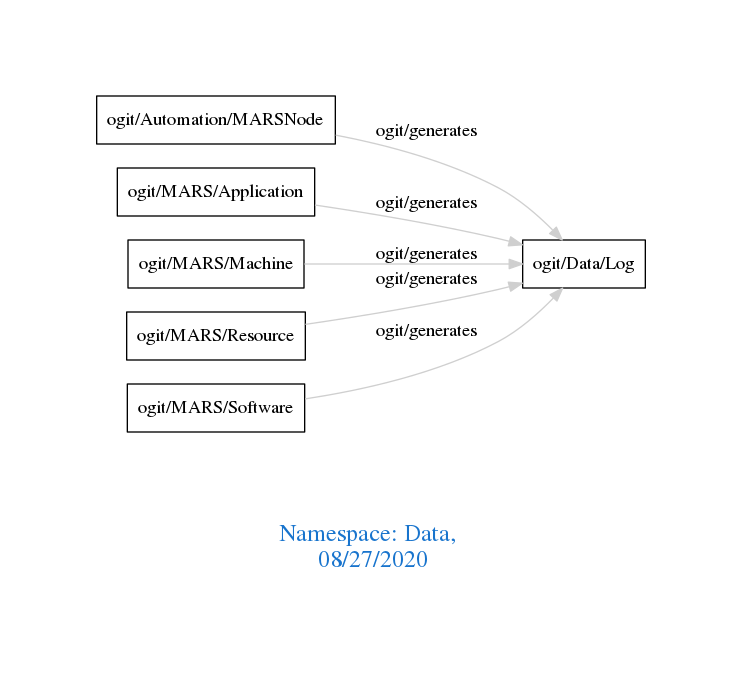
The Graphviz diagram downloads/Data.png in arago/OGIT, before a commit. Its source is kept beside it as downloads/Data.dot.
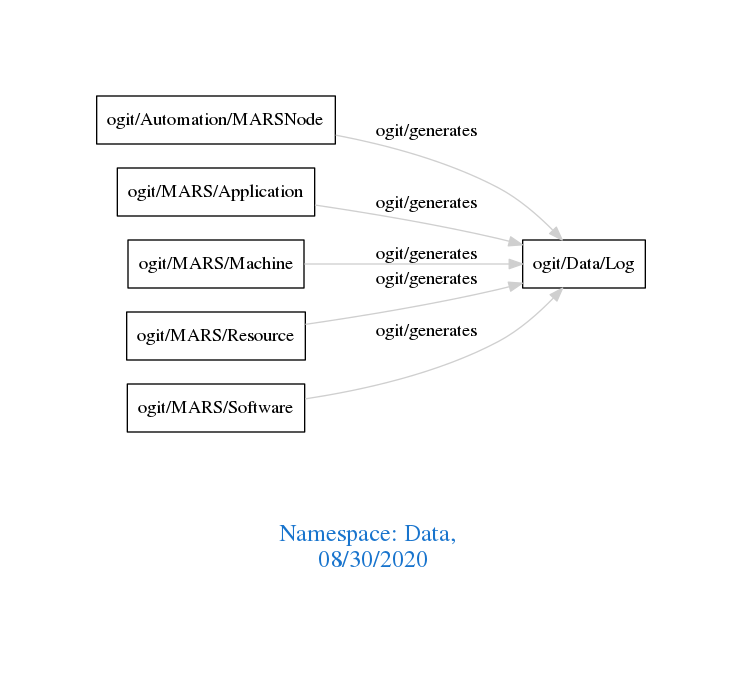
After the change.

Change to the diagram source:
```diff
@@ -1,7 +1,7 @@
 digraph OGIT_ontology {
  graph [ rankdir= LR,pad=1
 fontsize = 18,
-fontcolor= dodgerblue3,label = "\n\n\nNamespace: Data, \n 08/27/2020"];
+fontcolor= dodgerblue3,label = "\n\n\nNamespace: Data, \n 08/30/2020"];
 node[shape=polygon];
 edge [  color="gray81"];
 
```
